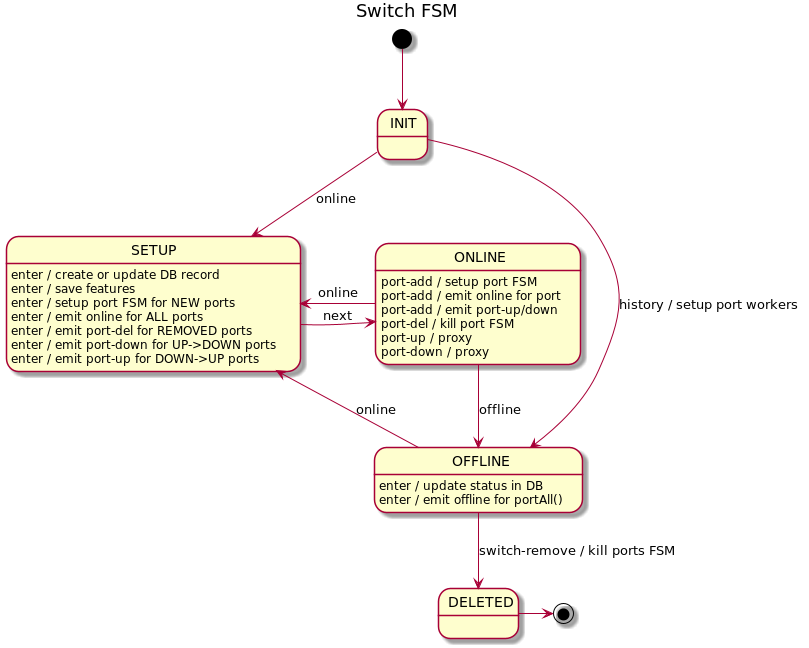
Before: docs/design/network-discovery/switch-FSM.png, a diagram exported from PlantUML (telstra/open-kilda).
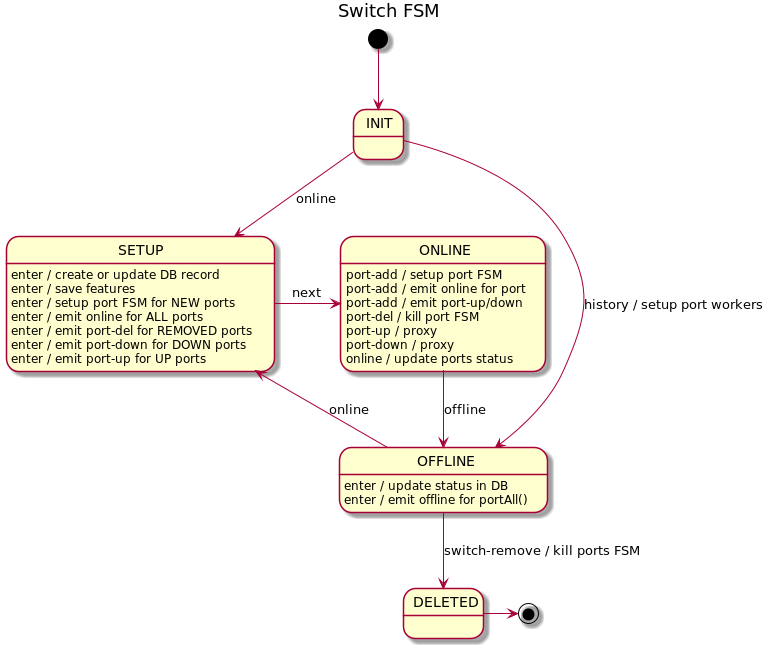
Later version of the same file.

Commit message:
More gentle handling of online-to-online transition into SwitchFsm

The edit, as a diff of the source:
```diff
@@ -11,8 +11,8 @@
 SETUP : enter / setup port FSM for NEW ports
 SETUP : enter / emit online for ALL ports
 SETUP : enter / emit port-del for REMOVED ports
-SETUP : enter / emit port-down for UP->DOWN ports
-SETUP : enter / emit port-up for DOWN->UP ports
+SETUP : enter / emit port-down for DOWN ports
+SETUP : enter / emit port-up for UP ports
 SETUP -r-> ONLINE : next
 
 ONLINE : port-add / setup port FSM
@@ -21,7 +21,7 @@
 ONLINE : port-del / kill port FSM
 ONLINE : port-up / proxy
 ONLINE : port-down / proxy
-ONLINE -l-> SETUP : online
+ONLINE : online / update ports status
 ONLINE --> OFFLINE : offline
 
 OFFLINE : enter / update status in DB
```
